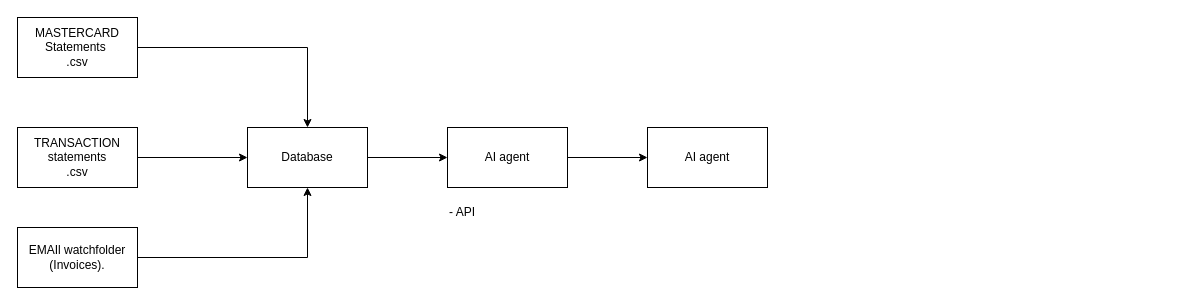
The draw.io diagram AI agent for finances.drawio in quentinbnt/schema, before the edit. Source tidied: cells renumbered, new cells numbered last; positions are measured from the earlier drawing's top-left corner, leaving out a move shared by most shapes. Both pictures are drawn from the tidied source at 100%, with x=0, y=0 at pixel (17, 17).
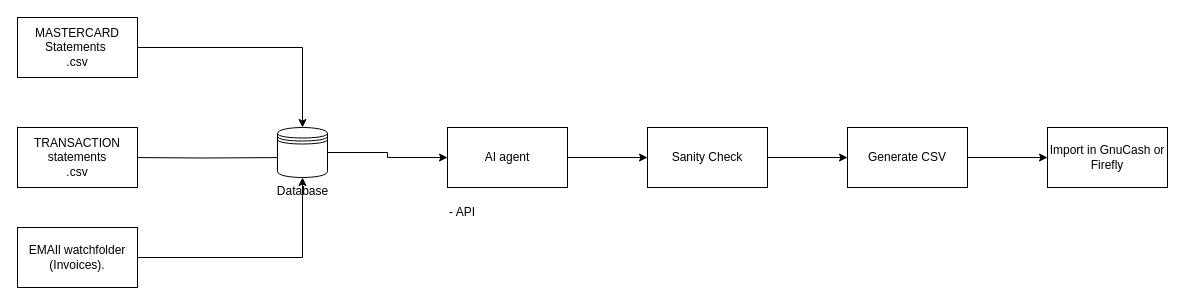
Above is the later version.

Change to the diagram source:
```diff
@@
 <mxGraphModel>
   <root>
     <mxCell id="0" />
     <mxCell id="1" parent="0" />
-    <mxCell id="2" style="edgeStyle=orthogonalEdgeStyle;rounded=0;jettySize=auto;html=1;" parent="1" edge="1" source="3" target="5">
+    <mxCell id="2" style="edgeStyle=orthogonalEdgeStyle;rounded=0;jettySize=auto;html=1;entryX=0.5;entryY=0;entryDx=0;entryDy=0;" parent="1" edge="1" source="3" target="5">
       <mxGeometry relative="1" as="geometry" />
     </mxCell>
     <mxCell id="3" value="MASTERCARD Statements&amp;nbsp;&lt;br&gt;.csv" style="rounded=0;whiteSpace=wrap;html=1;" parent="1" vertex="1">
       <mxGeometry width="120" height="60" as="geometry" />
     </mxCell>
-    <mxCell id="4" style="edgeStyle=orthogonalEdgeStyle;rounded=0;jettySize=auto;html=1;" parent="1" edge="1" source="5" target="11">
+    <mxCell id="4" style="edgeStyle=orthogonalEdgeStyle;rounded=0;jettySize=auto;html=1;exitX=1;exitY=0.5;exitDx=0;exitDy=0;" parent="1" edge="1" source="5" target="11">
       <mxGeometry relative="1" as="geometry" />
     </mxCell>
-    <mxCell id="5" value="Database" style="rounded=0;whiteSpace=wrap;html=1;" parent="1" vertex="1">
-      <mxGeometry x="230" y="110" width="120" height="60" as="geometry" />
-    </mxCell>
-    <mxCell id="6" style="edgeStyle=orthogonalEdgeStyle;rounded=0;jettySize=auto;html=1;" parent="1" edge="1" source="7" target="5">
-      <mxGeometry relative="1" as="geometry" />
+    <mxCell id="6" style="edgeStyle=orthogonalEdgeStyle;rounded=0;jettySize=auto;html=1;entryX=0.4;entryY=0.6;entryDx=0;entryDy=0;entryPerimeter=0;" parent="1" edge="1" target="5">
+      <mxGeometry relative="1" as="geometry">
+        <mxPoint x="110" y="140" as="sourcePoint" />
+      </mxGeometry>
     </mxCell>
     <mxCell id="7" value="TRANSACTION&lt;br&gt;statements&lt;br&gt;.csv" style="rounded=0;whiteSpace=wrap;html=1;" parent="1" vertex="1">
       <mxGeometry y="110" width="120" height="60" as="geometry" />
     </mxCell>
-    <mxCell id="8" style="edgeStyle=orthogonalEdgeStyle;rounded=0;jettySize=auto;html=1;" parent="1" edge="1" source="9" target="5">
+    <mxCell id="8" style="edgeStyle=orthogonalEdgeStyle;rounded=0;jettySize=auto;html=1;entryX=0.5;entryY=1;entryDx=0;entryDy=0;" parent="1" edge="1" source="9" target="5">
       <mxGeometry relative="1" as="geometry" />
     </mxCell>
     <mxCell id="9" value="EMAIl watchfolder (Invoices)." style="rounded=0;whiteSpace=wrap;html=1;" parent="1" vertex="1">
       <mxGeometry y="210" width="120" height="60" as="geometry" />
     </mxCell>
     <mxCell id="10" style="edgeStyle=orthogonalEdgeStyle;rounded=0;jettySize=auto;html=1;" parent="1" edge="1" source="11" target="12">
       <mxGeometry relative="1" as="geometry" />
     </mxCell>
     <mxCell id="11" value="AI agent" style="rounded=0;whiteSpace=wrap;html=1;" parent="1" vertex="1">
       <mxGeometry x="430" y="110" width="120" height="60" as="geometry" />
     </mxCell>
+    <mxCell id="14" style="edgeStyle=orthogonalEdgeStyle;rounded=0;jettySize=auto;html=1;" parent="1" edge="1" source="12" target="16">
+      <mxGeometry relative="1" as="geometry" />
+    </mxCell>
-    <mxCell id="12" value="AI agent" style="rounded=0;whiteSpace=wrap;html=1;" parent="1" vertex="1">
+    <mxCell id="12" value="Sanity Check" style="rounded=0;whiteSpace=wrap;html=1;" parent="1" vertex="1">
       <mxGeometry x="630" y="110" width="120" height="60" as="geometry" />
     </mxCell>
     <mxCell id="13" value="- API&amp;nbsp;" style="text;html=1;strokeColor=none;fillColor=none;align=left;verticalAlign=middle;whiteSpace=wrap;rounded=0;" parent="1" vertex="1">
       <mxGeometry x="430" y="180" width="60" height="30" as="geometry" />
     </mxCell>
+    <mxCell id="15" style="edgeStyle=orthogonalEdgeStyle;rounded=0;jettySize=auto;html=1;" parent="1" edge="1" source="16" target="17">
+      <mxGeometry relative="1" as="geometry" />
+    </mxCell>
+    <mxCell id="16" value="Generate CSV" style="rounded=0;whiteSpace=wrap;html=1;" parent="1" vertex="1">
+      <mxGeometry x="830" y="110" width="120" height="60" as="geometry" />
+    </mxCell>
+    <mxCell id="17" value="Import in GnuCash or Firefly" style="rounded=0;whiteSpace=wrap;html=1;" parent="1" vertex="1">
+      <mxGeometry x="1030" y="110" width="120" height="60" as="geometry" />
+    </mxCell>
+    <mxCell id="5" value="Database" style="shape=datastore;html=1;labelPosition=center;verticalLabelPosition=bottom;align=center;verticalAlign=top;" parent="1" vertex="1">
+      <mxGeometry x="260" y="110" width="50" height="50" as="geometry" />
+    </mxCell>
   </root>
 </mxGraphModel>
```
